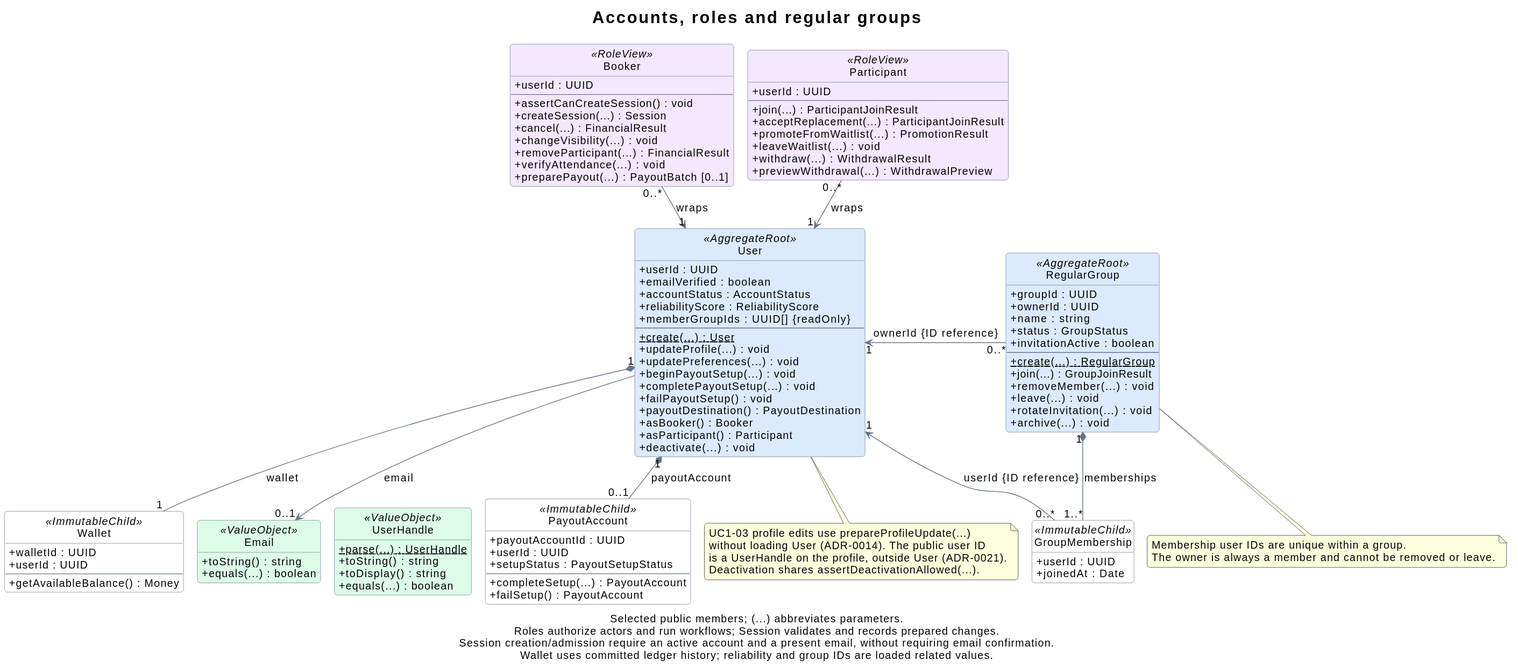
The PlantUML diagram docs/assets/domain-accounts.svg in liang799/booking-web-manager, before a commit.
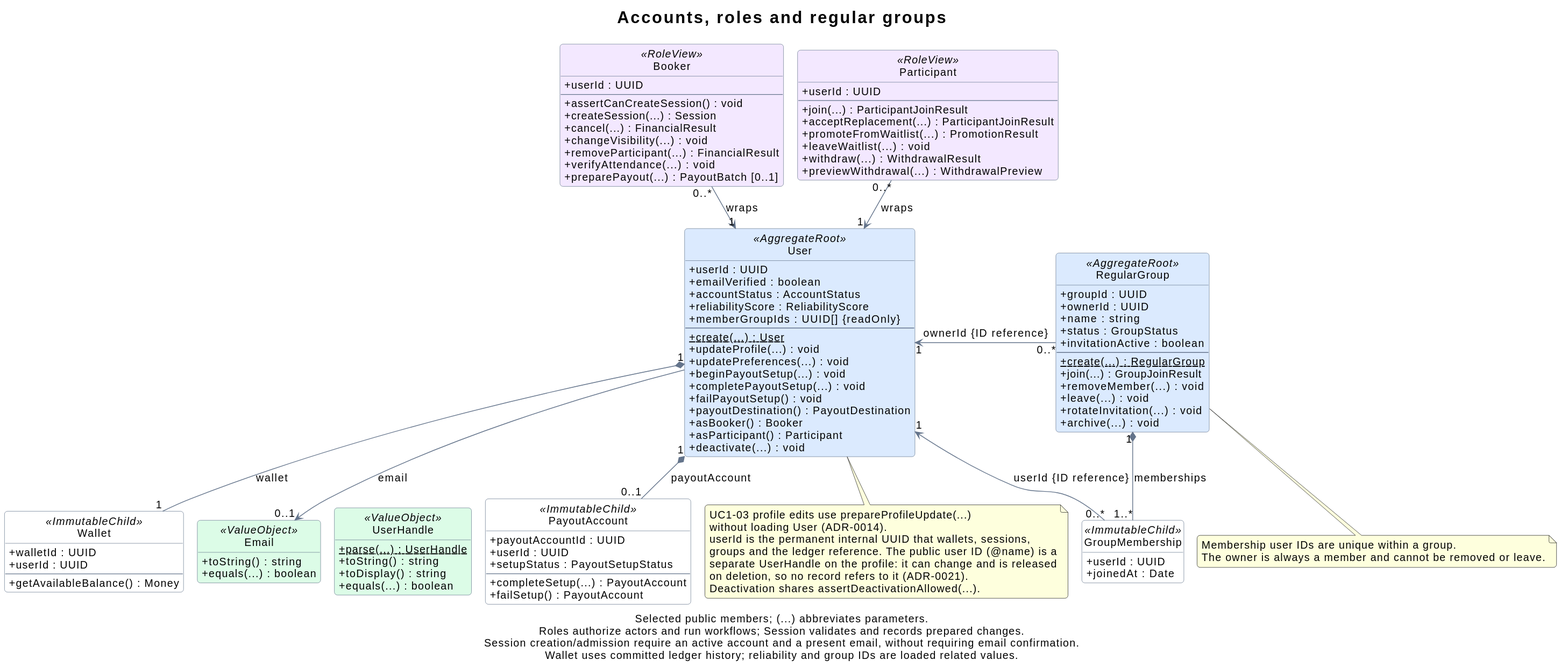
After the commit.

Commit message:
refactor(accounts): UC1-03 serve the user lookup at GET /api/users/{handle}; clarify userId vs user ID in the diagram

What changed in the source:
```diff
@@ -127,8 +127,11 @@
 
 note bottom of User
   UC1-03 profile edits use prepareProfileUpdate(...)
-  without loading User (ADR-0014). The public user ID
-  is a UserHandle on the profile, outside User (ADR-0021).
+  without loading User (ADR-0014).
+  userId is the permanent internal UUID that wallets, sessions,
+  groups and the ledger reference. The public user ID (@name) is a
+  separate UserHandle on the profile: it can change and is released
+  on deletion, so no record refers to it (ADR-0021).
   Deactivation shares assertDeactivationAllowed(...).
 end note
 
```
